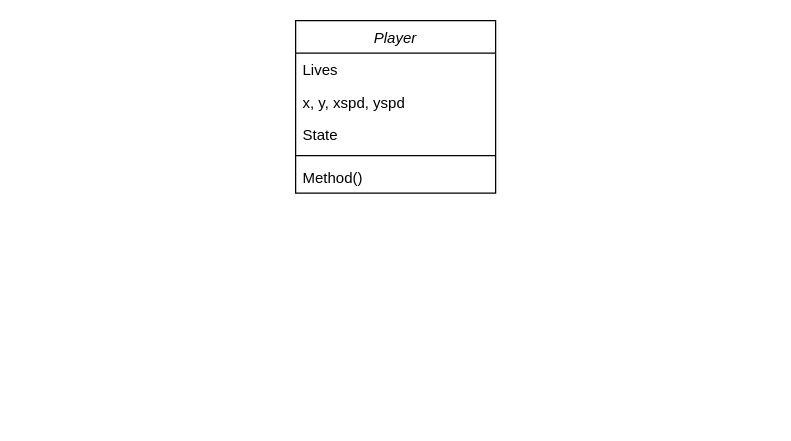
This is Semester 1/Project Application/Documentation/Player Class Doc.drawio from maadalchemist/APProgrammingPortfolio, a draw.io file, before an edit. Source tidied: cells renumbered, new cells numbered last; positions are measured from the earlier drawing's top-left corner, leaving out a move shared by most shapes. Both pictures are drawn from the tidied source at 125%, with x=0, y=0 at pixel (295, 20).
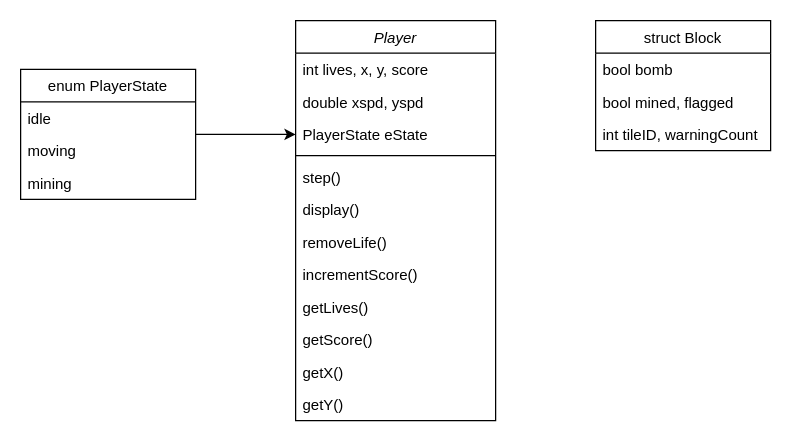
Above is the later version.

The edit, as a diff of the source:
```diff
@@
     <mxCell id="2" value="Player" style="swimlane;fontStyle=2;align=center;verticalAlign=top;horizontal=1;startSize=26;rounded=0;shadow=0;strokeWidth=1;" parent="1" vertex="1">
-      <mxGeometry width="160" height="138" as="geometry" />
+      <mxGeometry width="160" height="320" as="geometry" />
     </mxCell>
-    <mxCell id="3" value="Lives" style="text;align=left;verticalAlign=top;spacingLeft=4;spacingRight=4;overflow=hidden;" parent="2" vertex="1">
+    <mxCell id="3" value="int lives, x, y, score" style="text;align=left;verticalAlign=top;spacingLeft=4;spacingRight=4;overflow=hidden;" parent="2" vertex="1">
       <mxGeometry y="26" width="160" height="26" as="geometry" />
     </mxCell>
-    <mxCell id="4" value="x, y, xspd, yspd" style="text;align=left;verticalAlign=top;spacingLeft=4;spacingRight=4;overflow=hidden;rounded=0;shadow=0;html=0;" parent="2" vertex="1">
+    <mxCell id="4" value="double xspd, yspd" style="text;align=left;verticalAlign=top;spacingLeft=4;spacingRight=4;overflow=hidden;rounded=0;shadow=0;html=0;" parent="2" vertex="1">
       <mxGeometry y="52" width="160" height="26" as="geometry" />
     </mxCell>
-    <mxCell id="5" value="State" style="text;align=left;verticalAlign=top;spacingLeft=4;spacingRight=4;overflow=hidden;points=[[0,0.5],[1,0.5]];portConstraint=eastwest;rounded=0;shadow=0;html=0;" parent="2" vertex="1">
+    <mxCell id="5" value="PlayerState eState" style="text;align=left;verticalAlign=top;spacingLeft=4;spacingRight=4;overflow=hidden;points=[[0,0.5],[1,0.5]];portConstraint=eastwest;rounded=0;shadow=0;html=0;" parent="2" vertex="1">
       <mxGeometry y="78" width="160" height="26" as="geometry" />
     </mxCell>
@@
-    <mxCell id="7" value="Method()" style="text;align=left;verticalAlign=top;spacingLeft=4;spacingRight=4;overflow=hidden;" parent="2" vertex="1">
-      <mxGeometry y="112" width="160" height="26" as="geometry" />
+    <mxCell id="7" value="step()" style="text;align=left;verticalAlign=top;spacingLeft=4;spacingRight=4;overflow=hidden;" parent="2" vertex="1">
+      <mxGeometry y="112" width="160" height="208" as="geometry" />
     </mxCell>
+    <mxCell id="8" style="edgeStyle=orthogonalEdgeStyle;rounded=0;jettySize=auto;html=1;entryX=0;entryY=0.5;entryDx=0;entryDy=0;" parent="1" edge="1" source="9" target="5">
+      <mxGeometry relative="1" as="geometry" />
+    </mxCell>
+    <mxCell id="9" value="enum PlayerState" style="swimlane;fontStyle=0;horizontal=1;startSize=26;fillColor=none;" parent="1" vertex="1">
+      <mxGeometry x="-220" y="39" width="140" height="104" as="geometry" />
+    </mxCell>
+    <mxCell id="10" value="idle" style="text;strokeColor=none;fillColor=none;align=left;verticalAlign=top;spacingLeft=4;spacingRight=4;overflow=hidden;" parent="9" vertex="1">
+      <mxGeometry y="26" width="140" height="26" as="geometry" />
+    </mxCell>
+    <mxCell id="11" value="moving" style="text;strokeColor=none;fillColor=none;align=left;verticalAlign=top;spacingLeft=4;spacingRight=4;overflow=hidden;" parent="9" vertex="1">
+      <mxGeometry y="52" width="140" height="26" as="geometry" />
+    </mxCell>
+    <mxCell id="12" value="mining" style="text;strokeColor=none;fillColor=none;align=left;verticalAlign=top;spacingLeft=4;spacingRight=4;overflow=hidden;" parent="9" vertex="1">
+      <mxGeometry y="78" width="140" height="26" as="geometry" />
+    </mxCell>
+    <mxCell id="13" value="display()" style="text;align=left;verticalAlign=top;spacingLeft=4;spacingRight=4;overflow=hidden;" parent="1" vertex="1">
+      <mxGeometry y="138" width="160" height="26" as="geometry" />
+    </mxCell>
+    <mxCell id="14" value="removeLife()" style="text;align=left;verticalAlign=top;spacingLeft=4;spacingRight=4;overflow=hidden;" parent="1" vertex="1">
+      <mxGeometry y="164" width="160" height="26" as="geometry" />
+    </mxCell>
+    <mxCell id="15" value="incrementScore()" style="text;align=left;verticalAlign=top;spacingLeft=4;spacingRight=4;overflow=hidden;" parent="1" vertex="1">
+      <mxGeometry y="190" width="160" height="26" as="geometry" />
+    </mxCell>
+    <mxCell id="16" value="getLives()" style="text;align=left;verticalAlign=top;spacingLeft=4;spacingRight=4;overflow=hidden;" parent="1" vertex="1">
+      <mxGeometry y="216" width="160" height="26" as="geometry" />
+    </mxCell>
+    <mxCell id="17" value="getScore()" style="text;align=left;verticalAlign=top;spacingLeft=4;spacingRight=4;overflow=hidden;" parent="1" vertex="1">
+      <mxGeometry y="242" width="160" height="26" as="geometry" />
+    </mxCell>
+    <mxCell id="18" value="getX()" style="text;align=left;verticalAlign=top;spacingLeft=4;spacingRight=4;overflow=hidden;" parent="1" vertex="1">
+      <mxGeometry y="268" width="160" height="26" as="geometry" />
+    </mxCell>
+    <mxCell id="19" value="getY()" style="text;align=left;verticalAlign=top;spacingLeft=4;spacingRight=4;overflow=hidden;" parent="1" vertex="1">
+      <mxGeometry y="294" width="160" height="26" as="geometry" />
+    </mxCell>
+    <mxCell id="20" value="struct Block" style="swimlane;fontStyle=0;horizontal=1;startSize=26;fillColor=none;" parent="1" vertex="1">
+      <mxGeometry x="240" width="140" height="104" as="geometry" />
+    </mxCell>
+    <mxCell id="21" value="bool bomb" style="text;strokeColor=none;fillColor=none;align=left;verticalAlign=top;spacingLeft=4;spacingRight=4;overflow=hidden;" parent="20" vertex="1">
+      <mxGeometry y="26" width="140" height="26" as="geometry" />
+    </mxCell>
+    <mxCell id="22" value="bool mined, flagged" style="text;strokeColor=none;fillColor=none;align=left;verticalAlign=top;spacingLeft=4;spacingRight=4;overflow=hidden;" parent="20" vertex="1">
+      <mxGeometry y="52" width="140" height="26" as="geometry" />
+    </mxCell>
+    <mxCell id="23" value="int tileID, warningCount" style="text;strokeColor=none;fillColor=none;align=left;verticalAlign=top;spacingLeft=4;spacingRight=4;overflow=hidden;" parent="20" vertex="1">
+      <mxGeometry y="78" width="140" height="26" as="geometry" />
+    </mxCell>
```
